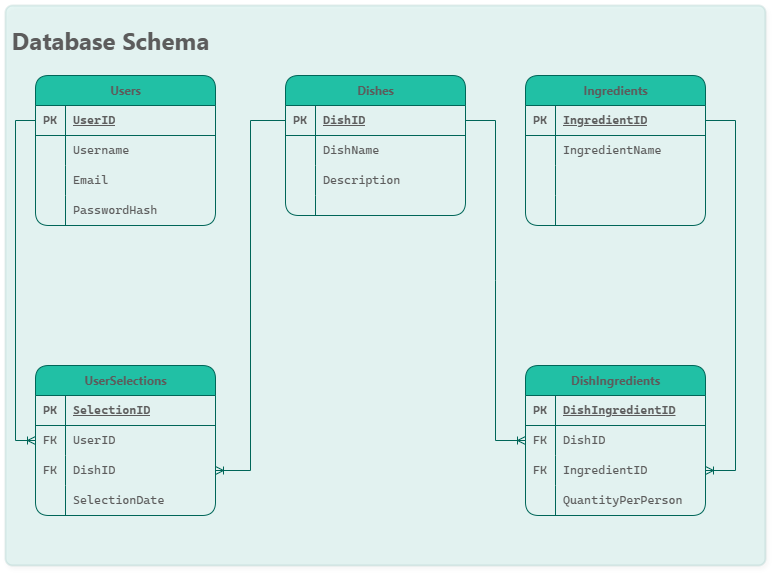
lamprosch/DishPlanner keeps this draw.io diagram as DB_schema.png. Above is the earlier version. Source tidied: cells renumbered, new cells last; positions are measured from the earlier drawing's top-left corner, leaving out a move shared by most shapes.
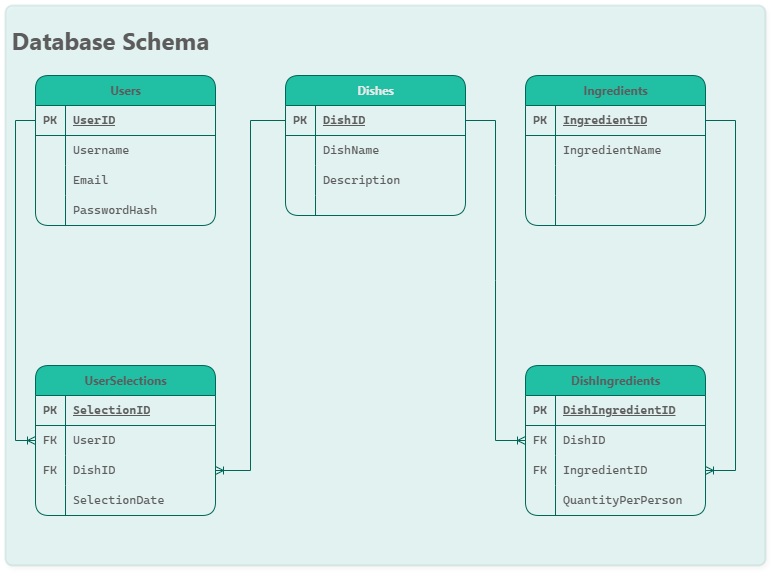
The same diagram one commit later.

The edit, as a diff of the source:
```diff
@@ -44,7 +44,7 @@
     <mxCell id="15" value="PasswordHash" style="shape=partialRectangle;fillColor=none;top=0;left=0;bottom=0;right=0;align=left;spacingLeft=6;overflow=hidden;whiteSpace=wrap;html=1;fontFamily=Cascadia Code;rounded=1;labelBackgroundColor=none;strokeColor=#006658;fontColor=light-dark(#5C5C5C,#E6E6E6);" parent="13" vertex="1">
       <mxGeometry x="30" width="150" height="30" as="geometry" />
     </mxCell>
-    <mxCell id="16" value="Dishes" style="shape=table;startSize=30;rowLines=0;fontStyle=1;align=center;html=1;fontFamily=Segoe UI;rounded=1;fillColor=#21C0A5;strokeColor=#006658;labelBackgroundColor=none;fontColor=light-dark(#5C5C5C,#E6E6E6);" parent="1" vertex="1">
+    <mxCell id="16" value="Dishes" style="shape=table;startSize=30;rowLines=0;fontStyle=1;align=center;html=1;fontFamily=Segoe UI;rounded=1;fillColor=#21C0A5;strokeColor=#006658;labelBackgroundColor=none;fontColor=light-dark(#E8E8E8,#E6E6E6);" parent="1" vertex="1">
       <mxGeometry x="280" y="70" width="180" height="140" as="geometry" />
     </mxCell>
     <mxCell id="17" style="shape=tableRow;horizontal=0;startSize=0;swimlaneHead=0;swimlaneBody=0;fillColor=none;points=[[0,0.5],[1,0.5]];portConstraint=eastwest;top=0;left=0;right=0;bottom=1;rounded=1;labelBackgroundColor=none;strokeColor=#006658;fontColor=#5C5C5C;" parent="16" vertex="1">
```
